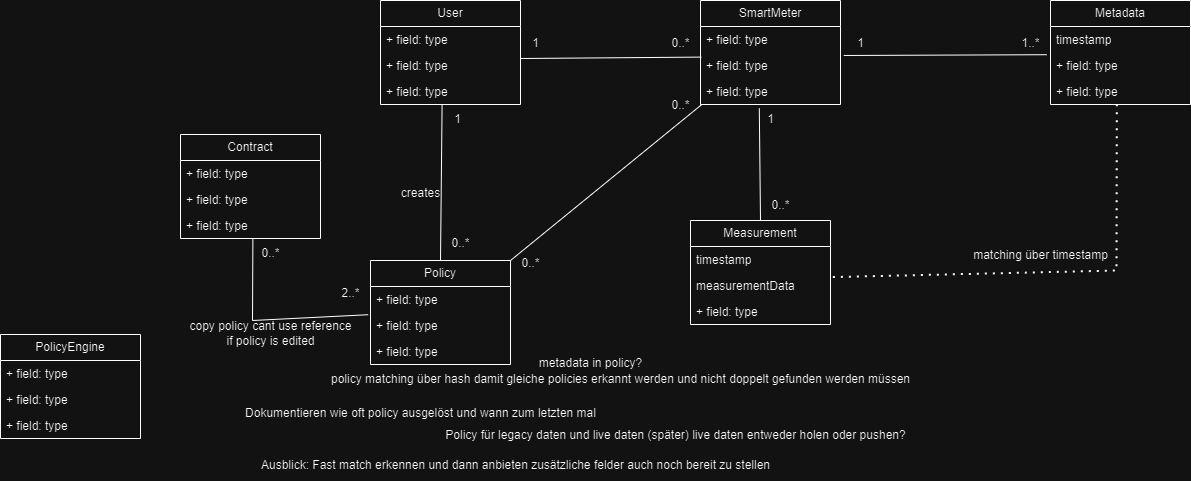
Above: Domain Model/domainmodel.drawio.png in SM-MAMI/documentation (draw.io), before the change. Source tidied: cells renumbered, new cells last; positions are measured from the earlier drawing's top-left corner, leaving out a move shared by most shapes.
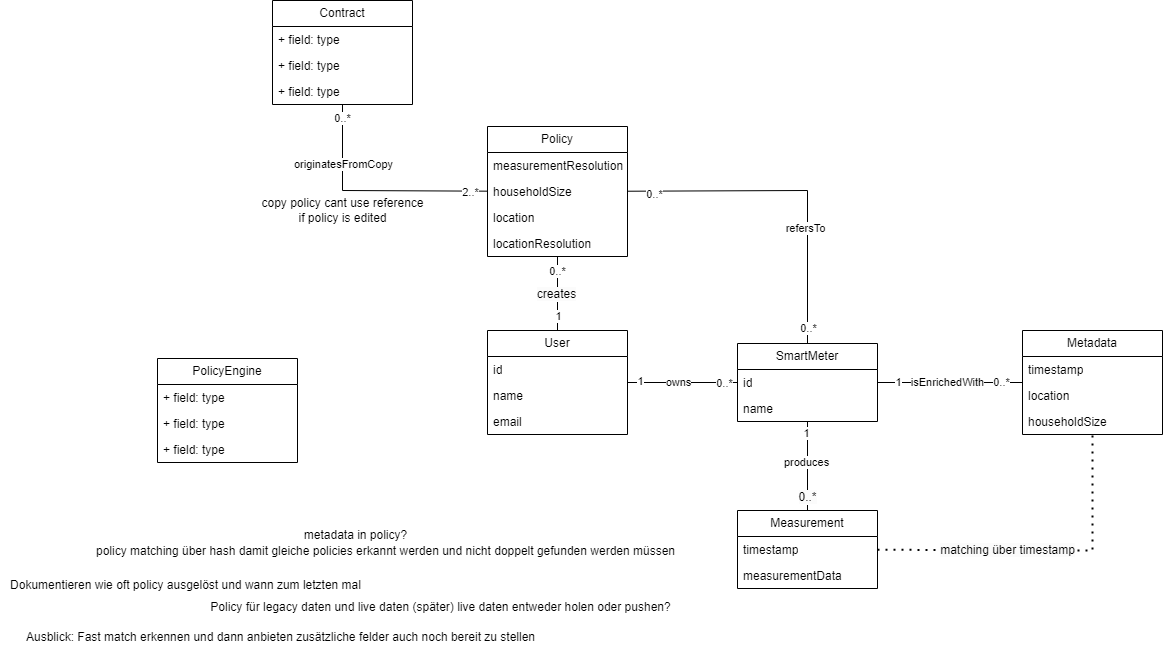
The same file after the commit.

Commit message:
updated domain model

Change to the diagram source:
```diff
@@ -5,11 +5,11 @@
     <mxCell id="2" value="User" style="swimlane;fontStyle=0;horizontal=1;startSize=26;fillColor=none;whiteSpace=wrap;html=1;" parent="1" vertex="1">
-      <mxGeometry x="380" width="140" height="104" as="geometry" />
+      <mxGeometry x="390" y="30" width="140" height="104" as="geometry" />
     </mxCell>
-    <mxCell id="3" value="+ field: type" style="text;strokeColor=none;fillColor=none;align=left;verticalAlign=top;spacingLeft=4;spacingRight=4;overflow=hidden;whiteSpace=wrap;html=1;" parent="2" vertex="1">
+    <mxCell id="3" value="id" style="text;strokeColor=none;fillColor=none;align=left;verticalAlign=top;spacingLeft=4;spacingRight=4;overflow=hidden;whiteSpace=wrap;html=1;" parent="2" vertex="1">
       <mxGeometry y="26" width="140" height="26" as="geometry" />
     </mxCell>
-    <mxCell id="4" value="+ field: type" style="text;strokeColor=none;fillColor=none;align=left;verticalAlign=top;spacingLeft=4;spacingRight=4;overflow=hidden;whiteSpace=wrap;html=1;" parent="2" vertex="1">
+    <mxCell id="4" value="name" style="text;strokeColor=none;fillColor=none;align=left;verticalAlign=top;spacingLeft=4;spacingRight=4;overflow=hidden;whiteSpace=wrap;html=1;" parent="2" vertex="1">
       <mxGeometry y="52" width="140" height="26" as="geometry" />
     </mxCell>
-    <mxCell id="5" value="+ field: type" style="text;strokeColor=none;fillColor=none;align=left;verticalAlign=top;spacingLeft=4;spacingRight=4;overflow=hidden;points=[[0,0.5],[1,0.5]];portConstraint=eastwest;whiteSpace=wrap;html=1;" parent="2" vertex="1">
+    <mxCell id="5" value="email" style="text;strokeColor=none;fillColor=none;align=left;verticalAlign=top;spacingLeft=4;spacingRight=4;overflow=hidden;points=[[0,0.5],[1,0.5]];portConstraint=eastwest;whiteSpace=wrap;html=1;" parent="2" vertex="1">
       <mxGeometry y="78" width="140" height="26" as="geometry" />
@@ -17,15 +17,12 @@
     <mxCell id="6" value="SmartMeter" style="swimlane;fontStyle=0;horizontal=1;startSize=26;fillColor=none;whiteSpace=wrap;html=1;" parent="1" vertex="1">
-      <mxGeometry x="700" width="140" height="104" as="geometry" />
+      <mxGeometry x="640" y="43" width="140" height="78" as="geometry" />
     </mxCell>
-    <mxCell id="7" value="+ field: type" style="text;strokeColor=none;fillColor=none;align=left;verticalAlign=top;spacingLeft=4;spacingRight=4;overflow=hidden;whiteSpace=wrap;html=1;" parent="6" vertex="1">
+    <mxCell id="7" value="id" style="text;strokeColor=none;fillColor=none;align=left;verticalAlign=top;spacingLeft=4;spacingRight=4;overflow=hidden;whiteSpace=wrap;html=1;" parent="6" vertex="1">
       <mxGeometry y="26" width="140" height="26" as="geometry" />
     </mxCell>
-    <mxCell id="8" value="+ field: type" style="text;strokeColor=none;fillColor=none;align=left;verticalAlign=top;spacingLeft=4;spacingRight=4;overflow=hidden;points=[[0,0.5],[1,0.5]];portConstraint=eastwest;whiteSpace=wrap;html=1;" parent="6" vertex="1">
+    <mxCell id="8" value="name" style="text;strokeColor=none;fillColor=none;align=left;verticalAlign=top;spacingLeft=4;spacingRight=4;overflow=hidden;points=[[0,0.5],[1,0.5]];portConstraint=eastwest;whiteSpace=wrap;html=1;" parent="6" vertex="1">
       <mxGeometry y="52" width="140" height="26" as="geometry" />
     </mxCell>
-    <mxCell id="9" value="+ field: type" style="text;strokeColor=none;fillColor=none;align=left;verticalAlign=top;spacingLeft=4;spacingRight=4;overflow=hidden;points=[[0,0.5],[1,0.5]];portConstraint=eastwest;whiteSpace=wrap;html=1;" parent="6" vertex="1">
-      <mxGeometry y="78" width="140" height="26" as="geometry" />
-    </mxCell>
     <mxCell id="10" value="Metad&lt;span style=&quot;background-color: initial;&quot;&gt;ata&lt;/span&gt;" style="swimlane;fontStyle=0;horizontal=1;startSize=26;fillColor=none;whiteSpace=wrap;html=1;" parent="1" vertex="1">
-      <mxGeometry x="1050" width="140" height="104" as="geometry" />
+      <mxGeometry x="925" y="30" width="140" height="104" as="geometry" />
     </mxCell>
@@ -34,6 +31,6 @@
     </mxCell>
-    <mxCell id="12" value="+ field: type" style="text;strokeColor=none;fillColor=none;align=left;verticalAlign=top;spacingLeft=4;spacingRight=4;overflow=hidden;points=[[0,0.5],[1,0.5]];portConstraint=eastwest;whiteSpace=wrap;html=1;" parent="10" vertex="1">
+    <mxCell id="12" value="location" style="text;strokeColor=none;fillColor=none;align=left;verticalAlign=top;spacingLeft=4;spacingRight=4;overflow=hidden;points=[[0,0.5],[1,0.5]];portConstraint=eastwest;whiteSpace=wrap;html=1;" parent="10" vertex="1">
       <mxGeometry y="52" width="140" height="26" as="geometry" />
     </mxCell>
-    <mxCell id="13" value="+ field: type" style="text;strokeColor=none;fillColor=none;align=left;verticalAlign=top;spacingLeft=4;spacingRight=4;overflow=hidden;points=[[0,0.5],[1,0.5]];portConstraint=eastwest;whiteSpace=wrap;html=1;" parent="10" vertex="1">
+    <mxCell id="13" value="householdSize" style="text;strokeColor=none;fillColor=none;align=left;verticalAlign=top;spacingLeft=4;spacingRight=4;overflow=hidden;points=[[0,0.5],[1,0.5]];portConstraint=eastwest;whiteSpace=wrap;html=1;" parent="10" vertex="1">
       <mxGeometry y="78" width="140" height="26" as="geometry" />
@@ -41,3 +38,3 @@
     <mxCell id="14" value="Measurement" style="swimlane;fontStyle=0;horizontal=1;startSize=26;fillColor=none;whiteSpace=wrap;html=1;" parent="1" vertex="1">
-      <mxGeometry x="690" y="220" width="140" height="104" as="geometry" />
+      <mxGeometry x="640" y="210" width="140" height="78" as="geometry" />
     </mxCell>
@@ -49,65 +46,89 @@
     </mxCell>
-    <mxCell id="17" value="+ field: type" style="text;strokeColor=none;fillColor=none;align=left;verticalAlign=top;spacingLeft=4;spacingRight=4;overflow=hidden;whiteSpace=wrap;html=1;" parent="14" vertex="1">
-      <mxGeometry y="78" width="140" height="26" as="geometry" />
-    </mxCell>
-    <mxCell id="18" style="endArrow=none;html=1;rounded=0;entryX=0.006;entryY=0.177;entryDx=0;entryDy=0;exitX=1;exitY=0.5;exitDx=0;exitDy=0;entryPerimeter=0;" parent="1" edge="1" target="8">
-      <mxGeometry relative="1" as="geometry">
-        <mxPoint x="520" y="58" as="sourcePoint" />
-      </mxGeometry>
+    <mxCell id="18" style="endArrow=none;html=1;rounded=0;" parent="1" edge="1" source="2" target="6">
+      <mxGeometry relative="1" as="geometry" />
     </mxCell>
-    <mxCell id="19" value="0..*" style="text;html=1;align=center;verticalAlign=middle;strokeColor=none;fillColor=none;" parent="1" vertex="1">
-      <mxGeometry x="660" y="28" width="40" height="30" as="geometry" />
-    </mxCell>
-    <mxCell id="20" value="1" style="text;html=1;align=center;verticalAlign=middle;strokeColor=none;fillColor=none;" parent="1" vertex="1">
-      <mxGeometry x="520" y="28" width="30" height="30" as="geometry" />
-    </mxCell>
+    <mxCell id="57" value="1" style="edgeLabel;html=1;align=center;verticalAlign=middle;" parent="18" vertex="1">
+      <mxGeometry x="-0.76" y="1" relative="1" as="geometry" />
+    </mxCell>
+    <mxCell id="58" value="0..*" style="edgeLabel;html=1;align=center;verticalAlign=middle;" parent="18" vertex="1">
+      <mxGeometry x="0.76" y="-1" relative="1" as="geometry" />
+    </mxCell>
+    <mxCell id="59" value="owns" style="edgeLabel;html=1;align=center;verticalAlign=middle;" parent="18" vertex="1">
+      <mxGeometry x="-0.2" relative="1" as="geometry">
+        <mxPoint x="6" as="offset" />
+      </mxGeometry>
+    </mxCell>
-    <mxCell id="21" style="endArrow=none;html=1;rounded=0;exitX=0.5;exitY=0;exitDx=0;exitDy=0;entryX=0.42;entryY=1.146;entryDx=0;entryDy=0;entryPerimeter=0;" parent="1" edge="1" source="14" target="9">
+    <mxCell id="21" style="endArrow=none;html=1;rounded=0;" parent="1" edge="1" source="14" target="6">
       <mxGeometry relative="1" as="geometry" />
     </mxCell>
-    <mxCell id="22" value="0..*" style="text;html=1;align=center;verticalAlign=middle;strokeColor=none;fillColor=none;" parent="1" vertex="1">
-      <mxGeometry x="760" y="190" width="40" height="30" as="geometry" />
-    </mxCell>
-    <mxCell id="23" value="1" style="text;html=1;align=center;verticalAlign=middle;strokeColor=none;fillColor=none;" parent="1" vertex="1">
-      <mxGeometry x="755" y="104" width="30" height="30" as="geometry" />
-    </mxCell>
+    <mxCell id="60" value="1" style="edgeLabel;html=1;align=center;verticalAlign=middle;" parent="21" vertex="1">
+      <mxGeometry x="0.74" y="-1" relative="1" as="geometry">
+        <mxPoint x="-2" as="offset" />
+      </mxGeometry>
+    </mxCell>
+    <mxCell id="61" value="&lt;span style=&quot;font-size: 12px; background-color: rgb(251, 251, 251);&quot;&gt;0..*&lt;/span&gt;" style="edgeLabel;html=1;align=center;verticalAlign=middle;" parent="21" vertex="1">
+      <mxGeometry x="-0.72" relative="1" as="geometry" />
+    </mxCell>
+    <mxCell id="62" value="produces" style="edgeLabel;html=1;align=center;verticalAlign=middle;" parent="21" vertex="1">
+      <mxGeometry x="0.08" y="1" relative="1" as="geometry" />
+    </mxCell>
-    <mxCell id="24" style="endArrow=none;html=1;rounded=0;exitX=1.023;exitY=0.115;exitDx=0;exitDy=0;entryX=-0.026;entryY=0.085;entryDx=0;entryDy=0;entryPerimeter=0;exitPerimeter=0;" parent="1" edge="1" source="8" target="12">
+    <mxCell id="24" style="endArrow=none;html=1;rounded=0;" parent="1" edge="1" source="6" target="10">
       <mxGeometry relative="1" as="geometry" />
     </mxCell>
-    <mxCell id="25" value="1..*" style="text;html=1;align=center;verticalAlign=middle;strokeColor=none;fillColor=none;" parent="1" vertex="1">
-      <mxGeometry x="1010" y="28" width="40" height="30" as="geometry" />
-    </mxCell>
-    <mxCell id="26" value="1" style="text;html=1;align=center;verticalAlign=middle;strokeColor=none;fillColor=none;" parent="1" vertex="1">
-      <mxGeometry x="845" y="28" width="30" height="30" as="geometry" />
-    </mxCell>
+    <mxCell id="63" value="1" style="edgeLabel;html=1;align=center;verticalAlign=middle;" parent="24" vertex="1">
+      <mxGeometry x="-0.71" relative="1" as="geometry" />
+    </mxCell>
+    <mxCell id="64" value="0..*" style="edgeLabel;html=1;align=center;verticalAlign=middle;" parent="24" vertex="1">
+      <mxGeometry x="0.7" relative="1" as="geometry" />
+    </mxCell>
+    <mxCell id="65" value="isEnrichedWith" style="edgeLabel;html=1;align=center;verticalAlign=middle;" parent="24" vertex="1">
+      <mxGeometry x="-0.28" relative="1" as="geometry">
+        <mxPoint x="18" as="offset" />
+      </mxGeometry>
+    </mxCell>
     <mxCell id="27" value="Policy" style="swimlane;fontStyle=0;horizontal=1;startSize=26;fillColor=none;whiteSpace=wrap;html=1;" parent="1" vertex="1">
-      <mxGeometry x="370" y="260" width="140" height="104" as="geometry" />
+      <mxGeometry x="390" y="-174" width="140" height="130" as="geometry" />
     </mxCell>
-    <mxCell id="28" value="+ field: type" style="text;strokeColor=none;fillColor=none;align=left;verticalAlign=top;spacingLeft=4;spacingRight=4;overflow=hidden;whiteSpace=wrap;html=1;" parent="27" vertex="1">
+    <mxCell id="28" value="measurementResolution" style="text;strokeColor=none;fillColor=none;align=left;verticalAlign=top;spacingLeft=4;spacingRight=4;overflow=hidden;whiteSpace=wrap;html=1;" parent="27" vertex="1">
       <mxGeometry y="26" width="140" height="26" as="geometry" />
     </mxCell>
-    <mxCell id="29" value="+ field: type" style="text;strokeColor=none;fillColor=none;align=left;verticalAlign=top;spacingLeft=4;spacingRight=4;overflow=hidden;points=[[0,0.5],[1,0.5]];portConstraint=eastwest;whiteSpace=wrap;html=1;" parent="27" vertex="1">
+    <mxCell id="29" value="householdSize" style="text;strokeColor=none;fillColor=none;align=left;verticalAlign=top;spacingLeft=4;spacingRight=4;overflow=hidden;points=[[0,0.5],[1,0.5]];portConstraint=eastwest;whiteSpace=wrap;html=1;" parent="27" vertex="1">
       <mxGeometry y="52" width="140" height="26" as="geometry" />
     </mxCell>
-    <mxCell id="30" value="+ field: type" style="text;strokeColor=none;fillColor=none;align=left;verticalAlign=top;spacingLeft=4;spacingRight=4;overflow=hidden;whiteSpace=wrap;html=1;" parent="27" vertex="1">
+    <mxCell id="30" value="location" style="text;strokeColor=none;fillColor=none;align=left;verticalAlign=top;spacingLeft=4;spacingRight=4;overflow=hidden;whiteSpace=wrap;html=1;" parent="27" vertex="1">
       <mxGeometry y="78" width="140" height="26" as="geometry" />
     </mxCell>
+    <mxCell id="66" value="locationResolution" style="text;strokeColor=none;fillColor=none;align=left;verticalAlign=top;spacingLeft=4;spacingRight=4;overflow=hidden;whiteSpace=wrap;html=1;" parent="27" vertex="1">
+      <mxGeometry y="104" width="140" height="26" as="geometry" />
+    </mxCell>
-    <mxCell id="31" style="endArrow=none;html=1;rounded=0;exitX=0.44;exitY=0.992;exitDx=0;exitDy=0;exitPerimeter=0;entryX=0.5;entryY=0;entryDx=0;entryDy=0;" parent="1" edge="1" source="5" target="27">
+    <mxCell id="31" style="endArrow=none;html=1;rounded=0;" parent="1" edge="1" source="2" target="27">
       <mxGeometry relative="1" as="geometry" />
     </mxCell>
+    <mxCell id="67" value="0..*" style="edgeLabel;html=1;align=center;verticalAlign=middle;" parent="31" vertex="1">
+      <mxGeometry x="0.6" relative="1" as="geometry" />
+    </mxCell>
+    <mxCell id="68" value="1" style="edgeLabel;html=1;align=center;verticalAlign=middle;" parent="31" vertex="1">
+      <mxGeometry x="-0.61" y="-1" relative="1" as="geometry" />
+    </mxCell>
+    <mxCell id="33" value="&lt;span style=&quot;font-size: 12px; background-color: rgb(251, 251, 251);&quot;&gt;creates&lt;/span&gt;" style="edgeLabel;html=1;align=center;verticalAlign=middle;" parent="31" vertex="1">
+      <mxGeometry x="-0.02" y="1" relative="1" as="geometry" />
+    </mxCell>
-    <mxCell id="32" style="endArrow=none;html=1;rounded=0;entryX=0.011;entryY=0.992;entryDx=0;entryDy=0;entryPerimeter=0;" parent="1" edge="1" target="9">
+    <mxCell id="32" style="endArrow=none;html=1;rounded=0;" parent="1" edge="1" source="27" target="6">
       <mxGeometry relative="1" as="geometry">
-        <mxPoint x="510" y="260" as="sourcePoint" />
+        <Array as="points">
+          <mxPoint x="710" y="-110" />
+        </Array>
       </mxGeometry>
     </mxCell>
-    <mxCell id="33" value="creates" style="text;html=1;align=center;verticalAlign=middle;strokeColor=none;fillColor=none;" parent="1" vertex="1">
-      <mxGeometry x="390" y="178" width="60" height="30" as="geometry" />
-    </mxCell>
-    <mxCell id="34" value="0..*" style="text;html=1;align=center;verticalAlign=middle;strokeColor=none;fillColor=none;" parent="1" vertex="1">
-      <mxGeometry x="440" y="228" width="40" height="30" as="geometry" />
-    </mxCell>
-    <mxCell id="35" value="1" style="text;html=1;align=center;verticalAlign=middle;strokeColor=none;fillColor=none;" parent="1" vertex="1">
-      <mxGeometry x="442" y="104" width="30" height="30" as="geometry" />
-    </mxCell>
+    <mxCell id="69" value="0..*" style="edgeLabel;html=1;align=center;verticalAlign=middle;" parent="32" vertex="1">
+      <mxGeometry x="-0.84" y="-3" relative="1" as="geometry" />
+    </mxCell>
+    <mxCell id="70" value="0..*" style="edgeLabel;html=1;align=center;verticalAlign=middle;" parent="32" vertex="1">
+      <mxGeometry x="0.91" y="1" relative="1" as="geometry" />
+    </mxCell>
+    <mxCell id="71" value="refersTo" style="edgeLabel;html=1;align=center;verticalAlign=middle;" parent="32" vertex="1">
+      <mxGeometry x="0.31" y="-2" relative="1" as="geometry" />
+    </mxCell>
     <mxCell id="36" value="PolicyEngine" style="swimlane;fontStyle=0;horizontal=1;startSize=26;fillColor=none;whiteSpace=wrap;html=1;" parent="1" vertex="1">
-      <mxGeometry y="334" width="140" height="104" as="geometry" />
+      <mxGeometry x="60" y="58" width="140" height="104" as="geometry" />
     </mxCell>
@@ -122,35 +143,29 @@
     </mxCell>
+    <mxCell id="41" style="endArrow=none;dashed=1;html=1;dashPattern=1 3;strokeWidth=2;rounded=0;" parent="1" edge="1" source="14" target="10">
+      <mxGeometry relative="1" as="geometry">
+        <Array as="points">
+          <mxPoint x="995" y="250" />
+        </Array>
+      </mxGeometry>
+    </mxCell>
-    <mxCell id="40" value="matching über timestamp" style="text;html=1;align=center;verticalAlign=middle;strokeColor=none;fillColor=none;" parent="1" vertex="1">
-      <mxGeometry x="960" y="240" width="160" height="30" as="geometry" />
+    <mxCell id="40" value="&lt;span style=&quot;font-size: 12px; background-color: rgb(251, 251, 251);&quot;&gt;matching über timestamp&lt;/span&gt;" style="edgeLabel;html=1;align=center;verticalAlign=middle;" parent="41" vertex="1">
+      <mxGeometry x="-0.22" relative="1" as="geometry" />
     </mxCell>
-    <mxCell id="41" style="endArrow=none;dashed=1;html=1;dashPattern=1 3;strokeWidth=2;rounded=0;entryX=0.474;entryY=0.9;entryDx=0;entryDy=0;entryPerimeter=0;exitX=1.017;exitY=0.177;exitDx=0;exitDy=0;exitPerimeter=0;" parent="1" edge="1" source="16" target="13">
-      <mxGeometry relative="1" as="geometry">
-        <Array as="points">
-          <mxPoint x="1116" y="270" />
-        </Array>
-      </mxGeometry>
-    </mxCell>
-    <mxCell id="42" value="0..*" style="text;html=1;align=center;verticalAlign=middle;strokeColor=none;fillColor=none;" parent="1" vertex="1">
-      <mxGeometry x="660" y="90" width="40" height="30" as="geometry" />
-    </mxCell>
-    <mxCell id="43" value="0..*" style="text;html=1;align=center;verticalAlign=middle;strokeColor=none;fillColor=none;" parent="1" vertex="1">
-      <mxGeometry x="510" y="248" width="40" height="30" as="geometry" />
-    </mxCell>
     <mxCell id="44" value="metadata in policy?" style="text;html=1;align=center;verticalAlign=middle;strokeColor=none;fillColor=none;" parent="1" vertex="1">
-      <mxGeometry x="525" y="348" width="130" height="30" as="geometry" />
+      <mxGeometry x="192.5" y="220" width="130" height="30" as="geometry" />
     </mxCell>
     <mxCell id="45" value="policy matching über hash damit gleiche policies erkannt werden und nicht doppelt gefunden werden müssen" style="text;html=1;align=center;verticalAlign=middle;strokeColor=none;fillColor=none;" parent="1" vertex="1">
-      <mxGeometry x="320" y="364" width="600" height="30" as="geometry" />
+      <mxGeometry x="-12.5" y="236" width="600" height="30" as="geometry" />
     </mxCell>
     <mxCell id="46" value="Ausblick: Fast match erkennen und dann anbieten zusätzliche felder auch noch bereit zu stellen" style="text;html=1;align=center;verticalAlign=middle;strokeColor=none;fillColor=none;" parent="1" vertex="1">
-      <mxGeometry x="250" y="450" width="530" height="30" as="geometry" />
+      <mxGeometry x="-82.5" y="322" width="530" height="30" as="geometry" />
     </mxCell>
     <mxCell id="47" value="Dokumentieren wie oft policy ausgelöst und wann zum letzten mal" style="text;html=1;align=center;verticalAlign=middle;strokeColor=none;fillColor=none;" parent="1" vertex="1">
-      <mxGeometry x="235" y="398" width="370" height="30" as="geometry" />
+      <mxGeometry x="-97.5" y="270" width="370" height="30" as="geometry" />
     </mxCell>
     <mxCell id="48" value="Policy für legacy daten und live daten (später) live daten entweder holen oder pushen?" style="text;html=1;align=center;verticalAlign=middle;strokeColor=none;fillColor=none;" parent="1" vertex="1">
-      <mxGeometry x="435" y="420" width="480" height="30" as="geometry" />
+      <mxGeometry x="102.5" y="292" width="480" height="30" as="geometry" />
     </mxCell>
     <mxCell id="49" value="Contract" style="swimlane;fontStyle=0;horizontal=1;startSize=26;fillColor=none;whiteSpace=wrap;html=1;" parent="1" vertex="1">
-      <mxGeometry x="180" y="134" width="140" height="104" as="geometry" />
+      <mxGeometry x="175" y="-300" width="140" height="104" as="geometry" />
     </mxCell>
@@ -165,6 +180,6 @@
     </mxCell>
-    <mxCell id="53" style="endArrow=none;html=1;rounded=0;entryX=0.517;entryY=1.008;entryDx=0;entryDy=0;entryPerimeter=0;exitX=-0.017;exitY=0.085;exitDx=0;exitDy=0;exitPerimeter=0;" parent="1" edge="1" source="29" target="52">
+    <mxCell id="53" style="endArrow=none;html=1;rounded=0;" parent="1" edge="1" source="27" target="49">
       <mxGeometry relative="1" as="geometry">
         <Array as="points">
-          <mxPoint x="252" y="320" />
+          <mxPoint x="245" y="-110" />
         </Array>
@@ -172,10 +187,15 @@
     </mxCell>
+    <mxCell id="72" value="0..*" style="edgeLabel;html=1;align=center;verticalAlign=middle;" parent="53" vertex="1">
+      <mxGeometry x="0.41" relative="1" as="geometry">
+        <mxPoint y="-54" as="offset" />
+      </mxGeometry>
+    </mxCell>
-    <mxCell id="54" value="2..*" style="text;html=1;align=center;verticalAlign=middle;strokeColor=none;fillColor=none;" parent="1" vertex="1">
-      <mxGeometry x="330" y="278" width="40" height="30" as="geometry" />
+    <mxCell id="54" value="2..*" style="edgeLabel;html=1;align=center;verticalAlign=middle;" parent="53" vertex="1">
+      <mxGeometry x="-0.85" y="1" relative="1" as="geometry" />
     </mxCell>
-    <mxCell id="55" value="0..*" style="text;html=1;align=center;verticalAlign=middle;strokeColor=none;fillColor=none;" parent="1" vertex="1">
-      <mxGeometry x="250" y="238" width="40" height="30" as="geometry" />
-    </mxCell>
+    <mxCell id="73" value="originatesFromCopy" style="edgeLabel;html=1;align=center;verticalAlign=middle;" parent="53" vertex="1">
+      <mxGeometry x="0.48" y="-1" relative="1" as="geometry" />
+    </mxCell>
     <mxCell id="56" value="copy policy cant use reference&lt;div&gt;if policy is edited&lt;/div&gt;" style="text;html=1;align=center;verticalAlign=middle;strokeColor=none;fillColor=none;" parent="1" vertex="1">
-      <mxGeometry x="175" y="313" width="190" height="40" as="geometry" />
+      <mxGeometry x="150" y="-110" width="190" height="40" as="geometry" />
     </mxCell>
```
